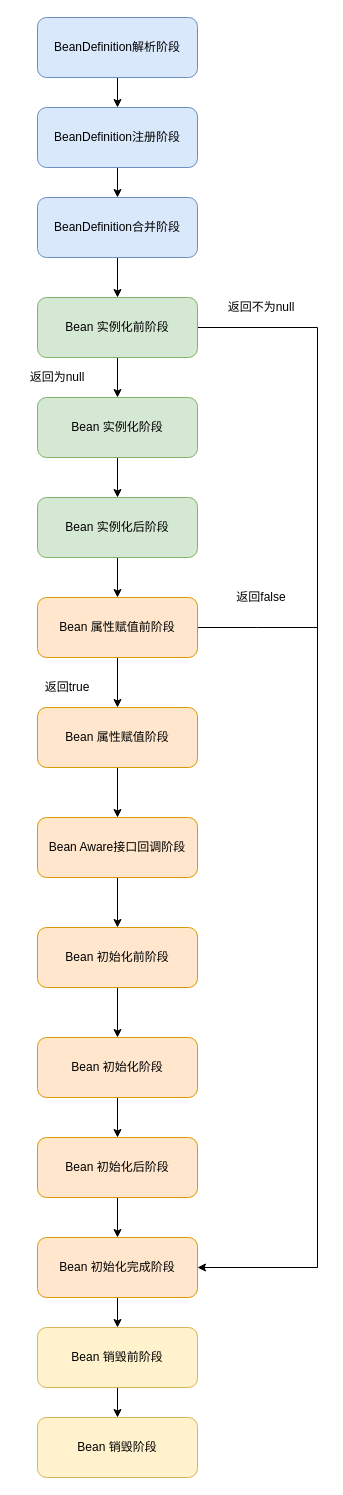
This is beanDefinition注册阶段.drawio from erlieStar/diagrams, a draw.io file, before an edit. Source tidied: cells renumbered, new cells numbered last; positions are measured from the earlier drawing's top-left corner, leaving out a move shared by most shapes. Both pictures are drawn from the tidied source at 100%, with x=0, y=0 at pixel (17, 17).
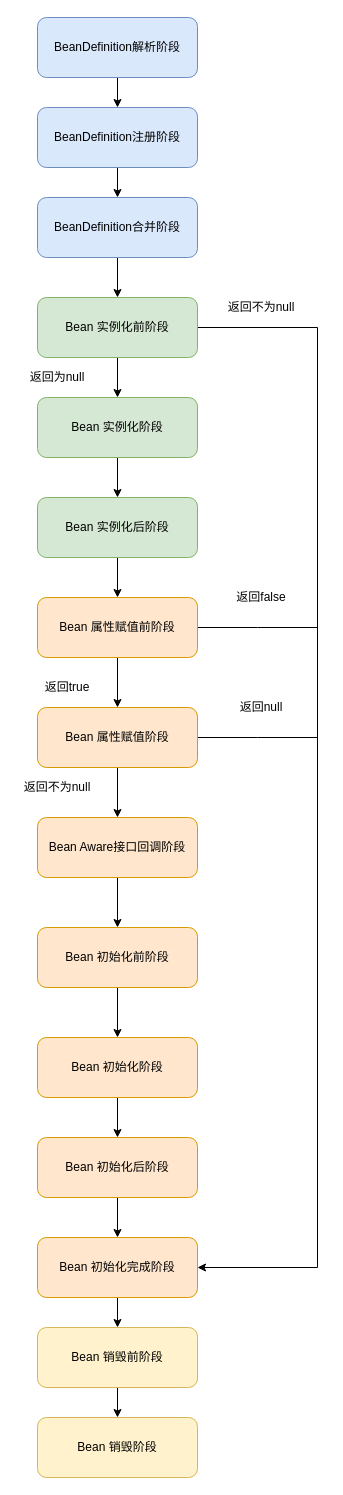
Above is the later version.

Unchanged cells that the change refers to:
```xml
<mxCell id="17" value="Bean 属性赋值阶段" style="rounded=1;whiteSpace=wrap;html=1;fillColor=#ffe6cc;strokeColor=#d79b00;" parent="1" vertex="1">
  <mxGeometry x="20" y="690" width="160" height="60" as="geometry" />
</mxCell>
```

Change to the diagram source:
```diff
@@
+    <mxCell id="37" style="edgeStyle=orthogonalEdgeStyle;rounded=0;jettySize=auto;html=1;exitX=1;exitY=0.5;exitDx=0;exitDy=0;endArrow=none;endFill=0;" parent="1" edge="1" source="17">
+      <mxGeometry relative="1" as="geometry">
+        <mxPoint x="300" y="720" as="targetPoint" />
+      </mxGeometry>
+    </mxCell>
@@
+    <mxCell id="38" value="返回null" style="text;html=1;strokeColor=none;fillColor=none;align=center;verticalAlign=middle;whiteSpace=wrap;rounded=0;" parent="1" vertex="1">
+      <mxGeometry x="204" y="680" width="80" height="20" as="geometry" />
+    </mxCell>
+    <mxCell id="39" value="返回不为null" style="text;html=1;strokeColor=none;fillColor=none;align=center;verticalAlign=middle;whiteSpace=wrap;rounded=0;" parent="1" vertex="1">
+      <mxGeometry y="760" width="80" height="20" as="geometry" />
+    </mxCell>
```
